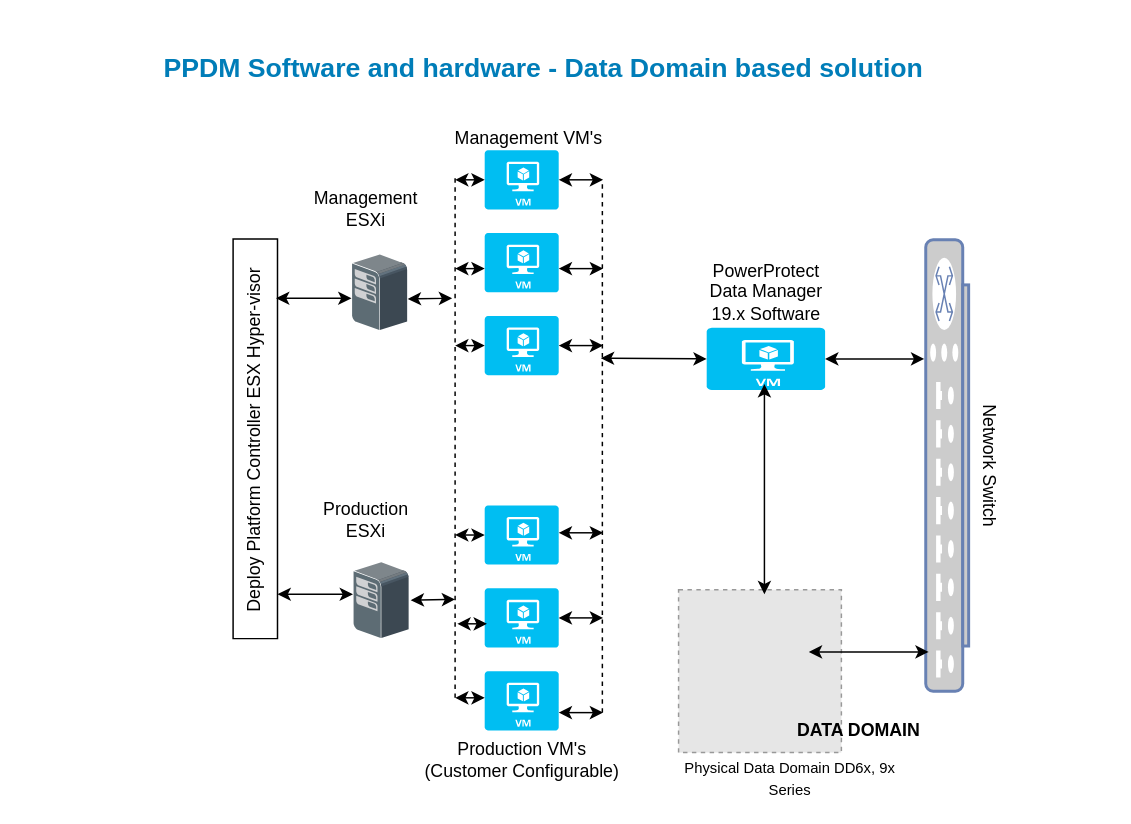
Above: PowerProtect Software and Hardware Based Data Domain approach.drawio in vishwa2311/PowerProtect (draw.io), before the change. Source tidied: cells renumbered, new cells numbered last; positions are measured from the earlier drawing's top-left corner, leaving out a move shared by most shapes. Both pictures are drawn from the tidied source at 148%, with x=0, y=0 at pixel (25, 43). Pictures stored in the file or linked from it are replaced by grey dashed boxes.
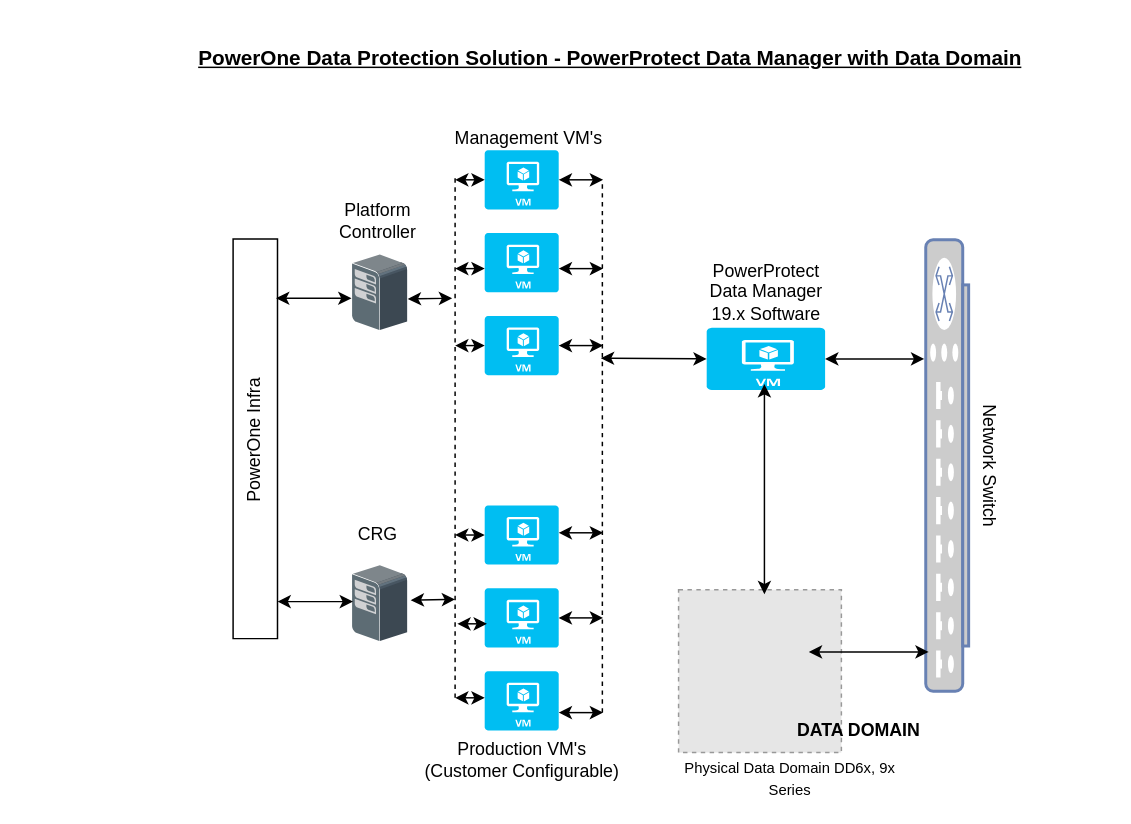
The same diagram, later.

The edit, as a diff of the source:
```diff
@@
+    <mxCell id="46" style="shadow=0;dashed=0;html=1;labelPosition=center;verticalLabelPosition=bottom;verticalAlign=top;align=center;shape=mxgraph.veeam.3d.esx_esxi;" parent="1" vertex="1">
+      <mxGeometry x="220" y="352" width="38" height="52" as="geometry" />
+    </mxCell>
@@
-    <mxCell id="8" value="Management ESXi" style="text;html=1;strokeColor=none;fillColor=none;align=center;verticalAlign=middle;whiteSpace=wrap;rounded=0;" parent="1" vertex="1">
-      <mxGeometry x="210" y="102" width="40" height="20" as="geometry" />
+    <mxCell id="8" value="Platform Controller" style="text;html=1;strokeColor=none;fillColor=none;align=center;verticalAlign=middle;whiteSpace=wrap;rounded=0;" parent="1" vertex="1">
+      <mxGeometry x="218" y="110" width="40" height="20" as="geometry" />
     </mxCell>
-    <mxCell id="9" style="shadow=0;dashed=0;html=1;labelPosition=center;verticalLabelPosition=bottom;verticalAlign=top;align=center;shape=mxgraph.veeam.3d.esx_esxi;" parent="1" vertex="1">
-      <mxGeometry x="221" y="350" width="38" height="52" as="geometry" />
-    </mxCell>
@@
-    <mxCell id="11" value="Production ESXi" style="text;html=1;strokeColor=none;fillColor=none;align=center;verticalAlign=middle;whiteSpace=wrap;rounded=0;" parent="1" vertex="1">
-      <mxGeometry x="210" y="312" width="40" height="20" as="geometry" />
+    <mxCell id="11" value="CRG" style="text;html=1;strokeColor=none;fillColor=none;align=center;verticalAlign=middle;whiteSpace=wrap;rounded=0;" parent="1" vertex="1">
+      <mxGeometry x="218" y="322" width="40" height="20" as="geometry" />
     </mxCell>
@@
-    <mxCell id="16" value="Deploy Platform Controller ESX Hyper-visor" style="text;html=1;strokeColor=none;fillColor=none;align=center;verticalAlign=middle;whiteSpace=wrap;rounded=0;rotation=-90;" parent="1" vertex="1">
+    <mxCell id="16" value="PowerOne Infra" style="text;html=1;strokeColor=none;fillColor=none;align=center;verticalAlign=middle;whiteSpace=wrap;rounded=0;rotation=-90;" parent="1" vertex="1">
       <mxGeometry x="22" y="253" width="266" height="30" as="geometry" />
     </mxCell>
@@
     <mxCell id="18" style="endArrow=classic;startArrow=classic;html=1;" parent="1" edge="1">
       <mxGeometry relative="1" as="geometry">
-        <mxPoint x="170" y="372" as="sourcePoint" />
-        <mxPoint x="221" y="372" as="targetPoint" />
+        <mxPoint x="170" y="377" as="sourcePoint" />
+        <mxPoint x="221" y="377" as="targetPoint" />
       </mxGeometry>
     </mxCell>
@@
-    <mxCell id="33" value="&lt;font style=&quot;font-size: 18px&quot;&gt;&lt;span style=&quot;font-family: &amp;#34;arial&amp;#34; ; color: rgb(0 , 125 , 184) ; font-weight: bold ; vertical-align: baseline&quot;&gt;PPDM&amp;nbsp;Software and hardware - Data &lt;/span&gt;&lt;span style=&quot;font-family: &amp;#34;arial&amp;#34; ; color: rgb(0 , 125 , 184) ; font-weight: bold ; vertical-align: baseline&quot;&gt;Domain&amp;nbsp;&lt;/span&gt;&lt;span style=&quot;font-family: &amp;#34;arial&amp;#34; ; color: rgb(0 , 125 , 184) ; font-weight: bold ; vertical-align: baseline&quot;&gt;based&amp;nbsp;solution&lt;/span&gt;&lt;/font&gt;&lt;span style=&quot;font-size: 28pt ; font-family: &amp;#34;arial&amp;#34; ; color: rgb(0 , 125 , 184) ; vertical-align: baseline&quot;&gt;&lt;br&gt;&lt;/span&gt;" style="text;html=1;strokeColor=none;fillColor=none;align=center;verticalAlign=middle;whiteSpace=wrap;rounded=0;" parent="1" vertex="1">
-      <mxGeometry width="700" height="20" as="geometry" />
+    <mxCell id="33" value="&lt;font style=&quot;font-size: 14px&quot;&gt;&lt;u&gt;&lt;b&gt;PowerOne Data Protection Solution - PowerProtect Data Manager with Data Domain&lt;/b&gt;&lt;/u&gt;&lt;/font&gt;" style="text;html=1;strokeColor=none;fillColor=none;align=center;verticalAlign=middle;whiteSpace=wrap;rounded=0;" parent="1" vertex="1">
+      <mxGeometry x="60" width="670" height="20" as="geometry" />
     </mxCell>
```
